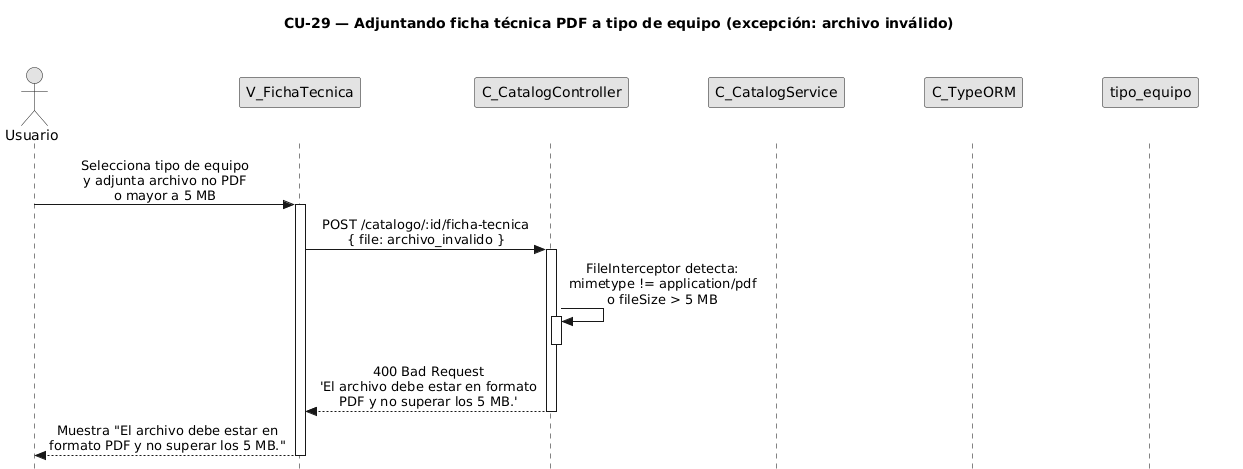
Before: diagramas/diagramas-secuencia/CU29/CU29-exc-archivo-invalido.png, a diagram exported from PlantUML (FSM-Finet-y-Cable-Magico/Team_1-Inventario-y-Bodega).
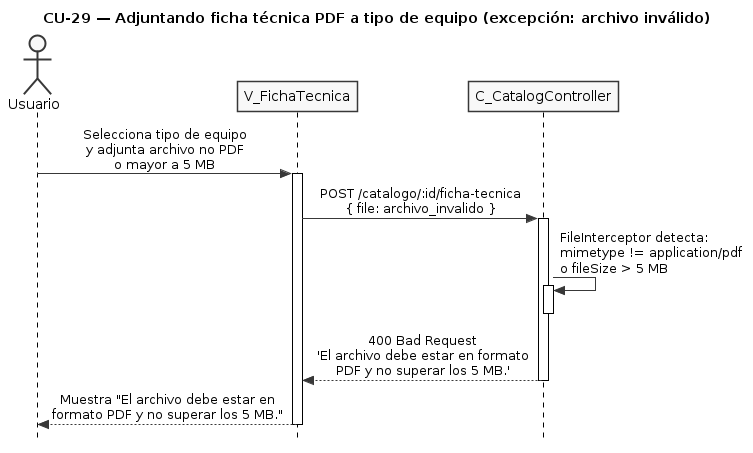
Above is the later version.

What changed in the source:
```diff
@@ -5,16 +5,8 @@
 skinparam monochrome true
 skinparam shadowing false
 skinparam sequenceMessageAlign center
-<style>
-sequenceDiagram {
-  participant {
-    Margin 35
-  }
-  actor {
-    Margin 15
-  }
-}
-</style>
+skinparam ParticipantPadding 25
+skinparam ActorPadding 20
 skinparam sequence {
   MessageAlign center
   LifeLineBorderColor black
@@ -24,9 +16,6 @@
 actor "Usuario" as user
 participant "V_FichaTecnica" as view
 participant "C_CatalogController" as ctrl
-participant "C_CatalogService" as svc
-participant "C_TypeORM" as orm
-participant "tipo_equipo" as tent
 
 user -> view : Selecciona tipo de equipo\ny adjunta archivo no PDF\no mayor a 5 MB
 activate view
```
